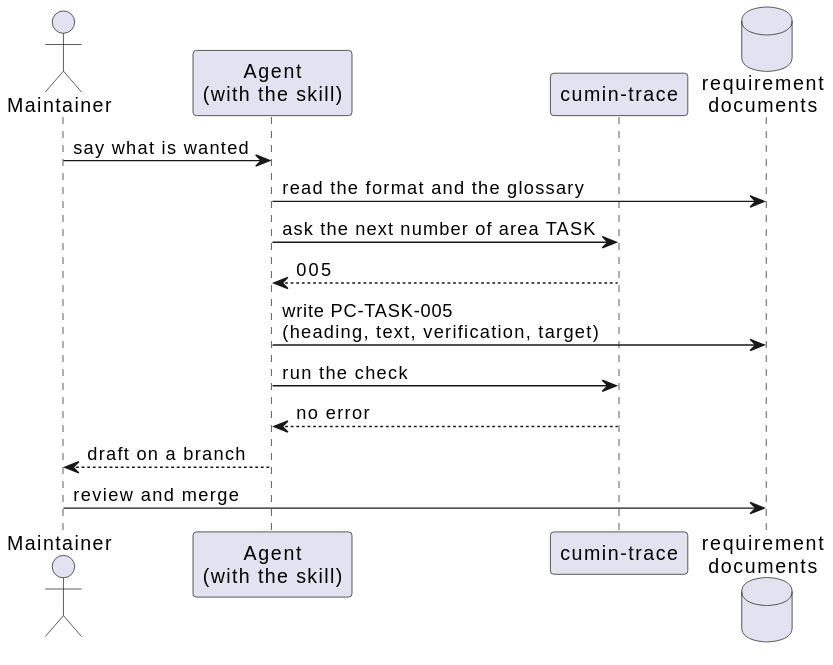
Earlier version of the PlantUML export docs/ja/requirements/templates-authoring.svg (cloveclovedev/cumin-trace). Source of this version:
```plantuml
@startuml
skinparam shadowing false

actor Maintainer
participant "Agent\n(with the skill)" as agent
participant "cumin-trace" as ct
database "requirement\ndocuments" as docs

Maintainer -> agent : say what is wanted
agent -> docs : read the format and the glossary
agent -> ct : ask the next number of area TASK
ct --> agent : 005
agent -> docs : write PC-TASK-005\n(heading, text, verification, target)
agent -> ct : run the check
ct --> agent : no error
agent --> Maintainer : draft on a branch
Maintainer -> docs : review and merge
@enduml
```
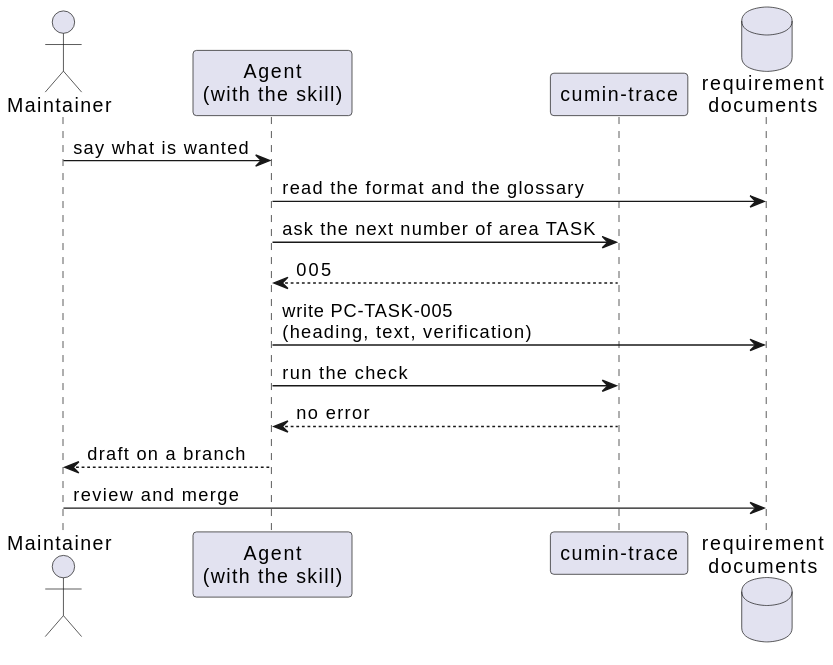
The same file after the commit.

What changed in the source:
```diff
@@ -10,7 +10,7 @@
 agent -> docs : read the format and the glossary
 agent -> ct : ask the next number of area TASK
 ct --> agent : 005
-agent -> docs : write PC-TASK-005\n(heading, text, verification, target)
+agent -> docs : write PC-TASK-005\n(heading, text, verification)
 agent -> ct : run the check
 ct --> agent : no error
 agent --> Maintainer : draft on a branch
```
